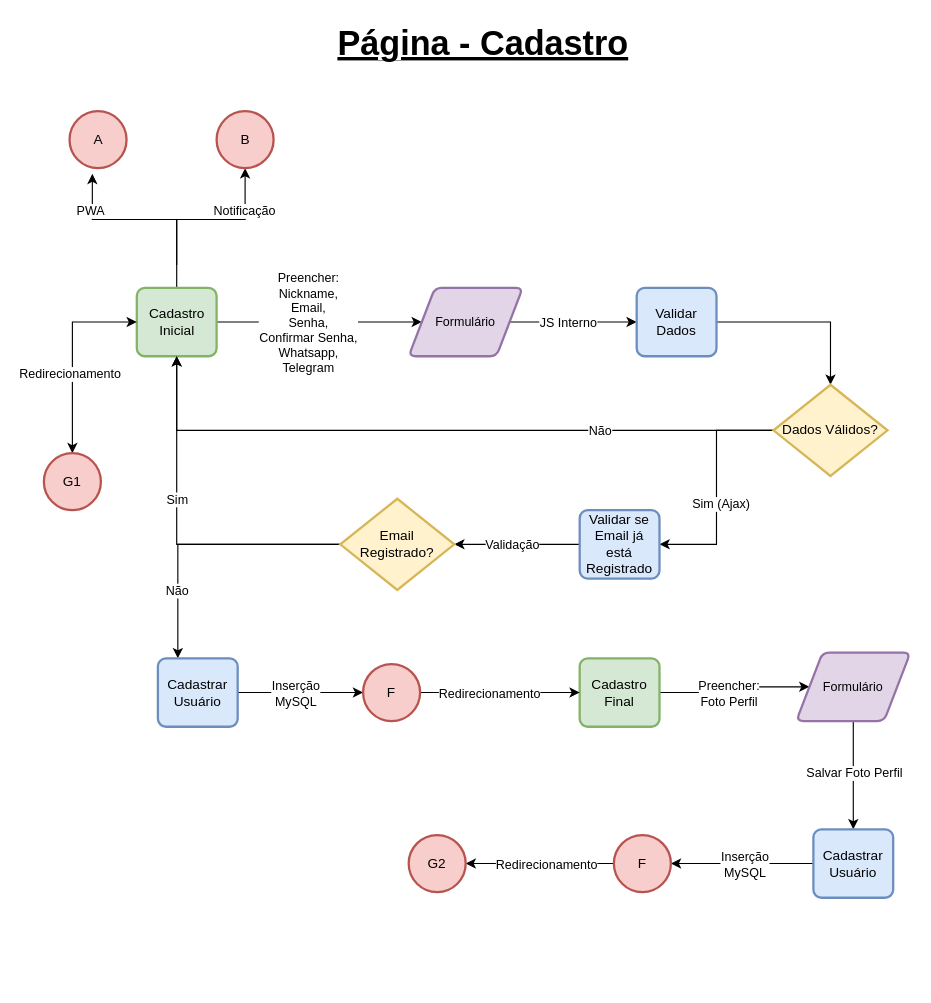
Earlier version of the draw.io diagram page "Flow - Cadastro" (4 of 12) of tcc-flow.drawio (CSFelix/UML). Source tidied: cells renumbered, new cells numbered last; positions are measured from the earlier drawing's top-left corner, leaving out a move shared by most shapes. Both pictures are drawn from the tidied source at 114%, with x=0, y=0 at pixel (43, 19).
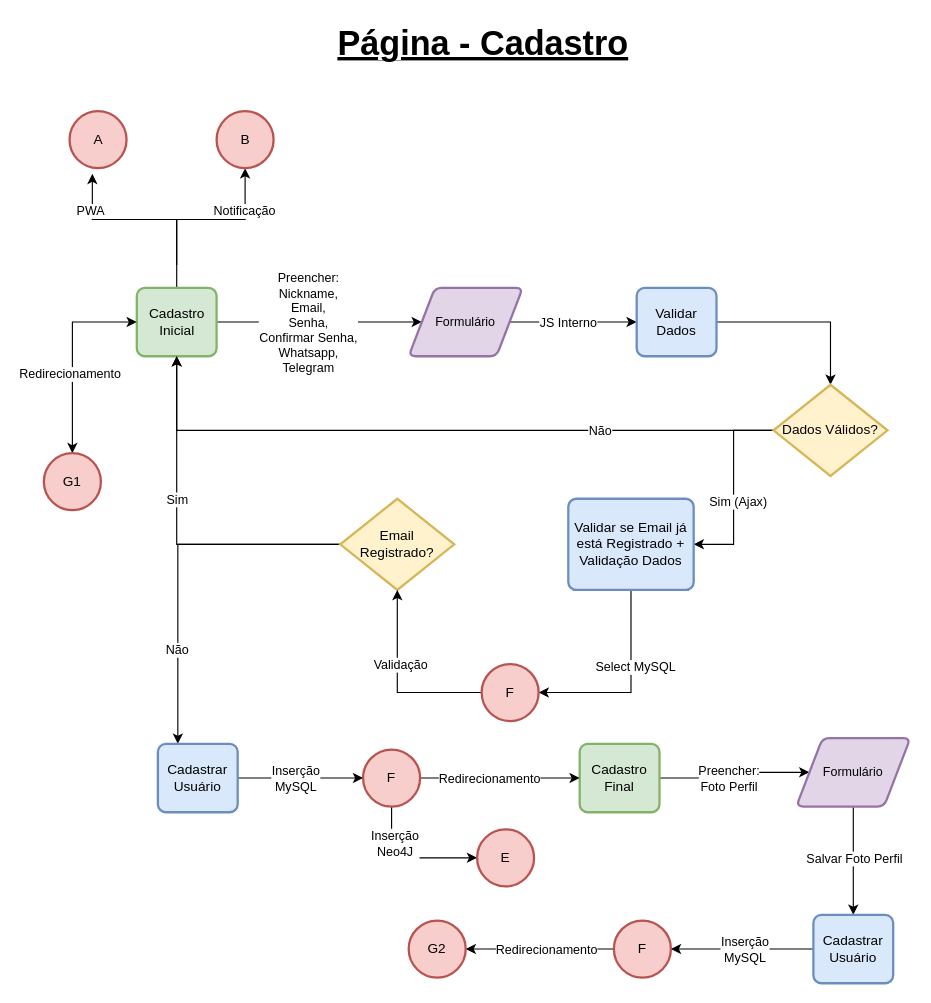
The same diagram, later.

Unchanged cells that the change refers to:
```xml
<mxCell id="32" value="Email Registrado?" style="strokeWidth=2;html=1;shape=mxgraph.flowchart.decision;whiteSpace=wrap;fillColor=#fff2cc;strokeColor=#d6b656;" parent="1" vertex="1">
  <mxGeometry x="260" y="420" width="100" height="80" as="geometry" />
</mxCell>
```

What changed in the source:
```diff
@@
-    <mxCell id="25" style="edgeStyle=orthogonalEdgeStyle;rounded=0;jettySize=auto;html=1;startArrow=none;startFill=0;fontSize=11;" parent="1" edge="1" source="27" target="32">
-      <mxGeometry relative="1" as="geometry" />
-    </mxCell>
-    <mxCell id="26" value="Validação" style="edgeLabel;html=1;align=center;verticalAlign=middle;fontSize=11;" parent="25" vertex="1">
-      <mxGeometry x="0.25" y="-4" relative="1" as="geometry">
-        <mxPoint x="9" y="4" as="offset" />
-      </mxGeometry>
-    </mxCell>
+    <mxCell id="52" style="edgeStyle=orthogonalEdgeStyle;rounded=0;jettySize=auto;html=1;entryX=1;entryY=0.5;entryDx=0;entryDy=0;entryPerimeter=0;startArrow=none;startFill=0;endArrow=classic;endFill=1;exitX=0.5;exitY=1;exitDx=0;exitDy=0;" parent="1" edge="1" source="27" target="57">
+      <mxGeometry relative="1" as="geometry" />
+    </mxCell>
+    <mxCell id="53" value="Select MySQL" style="edgeLabel;html=1;align=center;verticalAlign=middle;" parent="52" vertex="1">
+      <mxGeometry x="-0.22" y="3" relative="1" as="geometry" />
+    </mxCell>
-    <mxCell id="27" value="Validar se Email já está Registrado" style="rounded=1;whiteSpace=wrap;html=1;absoluteArcSize=1;arcSize=14;strokeWidth=2;fillColor=#dae8fc;strokeColor=#6c8ebf;" parent="1" vertex="1">
-      <mxGeometry x="470" y="430" width="70" height="60" as="geometry" />
+    <mxCell id="27" value="Validar se Email já está Registrado + Validação Dados" style="rounded=1;whiteSpace=wrap;html=1;absoluteArcSize=1;arcSize=14;strokeWidth=2;fillColor=#dae8fc;strokeColor=#6c8ebf;" parent="1" vertex="1">
+      <mxGeometry x="460" y="420" width="110" height="80" as="geometry" />
     </mxCell>
@@
     <mxCell id="35" value="Cadastrar Usuário" style="rounded=1;whiteSpace=wrap;html=1;absoluteArcSize=1;arcSize=14;strokeWidth=2;fillColor=#dae8fc;strokeColor=#6c8ebf;" parent="1" vertex="1">
-      <mxGeometry x="100" y="560" width="70" height="60" as="geometry" />
+      <mxGeometry x="100" y="635" width="70" height="60" as="geometry" />
     </mxCell>
@@
     <mxCell id="38" value="Cadastro Final" style="rounded=1;whiteSpace=wrap;html=1;absoluteArcSize=1;arcSize=14;strokeWidth=2;fillColor=#d5e8d4;strokeColor=#82b366;" parent="1" vertex="1">
-      <mxGeometry x="470" y="560" width="70" height="60" as="geometry" />
+      <mxGeometry x="470" y="635" width="70" height="60" as="geometry" />
     </mxCell>
@@
+    <mxCell id="54" style="edgeStyle=orthogonalEdgeStyle;rounded=0;jettySize=auto;html=1;entryX=0;entryY=0.5;entryDx=0;entryDy=0;entryPerimeter=0;startArrow=none;startFill=0;endArrow=classic;endFill=1;exitX=0.5;exitY=1;exitDx=0;exitDy=0;exitPerimeter=0;" parent="1" edge="1" source="41" target="58">
+      <mxGeometry relative="1" as="geometry" />
+    </mxCell>
+    <mxCell id="55" value="Inserção&lt;br&gt;Neo4J" style="edgeLabel;html=1;align=center;verticalAlign=middle;" parent="54" vertex="1">
+      <mxGeometry x="-0.46" y="2" relative="1" as="geometry" />
+    </mxCell>
     <mxCell id="41" value="F" style="strokeWidth=2;html=1;shape=mxgraph.flowchart.start_2;whiteSpace=wrap;fillColor=#f8cecc;strokeColor=#b85450;" parent="1" vertex="1">
-      <mxGeometry x="280" y="565" width="50" height="50" as="geometry" />
+      <mxGeometry x="280" y="640" width="50" height="50" as="geometry" />
     </mxCell>
@@
     <mxCell id="44" value="Formulário" style="shape=parallelogram;html=1;strokeWidth=2;perimeter=parallelogramPerimeter;whiteSpace=wrap;rounded=1;arcSize=12;size=0.23;shadow=0;glass=0;sketch=0;fillColor=#e1d5e7;fontSize=11;strokeColor=#9673a6;" parent="1" vertex="1">
-      <mxGeometry x="660" y="555" width="100" height="60" as="geometry" />
+      <mxGeometry x="660" y="630" width="100" height="60" as="geometry" />
     </mxCell>
@@
     <mxCell id="47" value="Cadastrar Usuário" style="rounded=1;whiteSpace=wrap;html=1;absoluteArcSize=1;arcSize=14;strokeWidth=2;fillColor=#dae8fc;strokeColor=#6c8ebf;" parent="1" vertex="1">
-      <mxGeometry x="675" y="710" width="70" height="60" as="geometry" />
+      <mxGeometry x="675" y="785" width="70" height="60" as="geometry" />
     </mxCell>
     <mxCell id="48" style="edgeStyle=orthogonalEdgeStyle;rounded=0;jettySize=auto;html=1;entryX=1;entryY=0.5;entryDx=0;entryDy=0;entryPerimeter=0;startArrow=none;startFill=0;fontSize=11;" parent="1" edge="1" source="50" target="51">
       <mxGeometry relative="1" as="geometry">
         <Array as="points">
-          <mxPoint x="410" y="740" />
-          <mxPoint x="410" y="740" />
+          <mxPoint x="410" y="815" />
+          <mxPoint x="410" y="815" />
         </Array>
       </mxGeometry>
     </mxCell>
@@
     <mxCell id="50" value="F" style="strokeWidth=2;html=1;shape=mxgraph.flowchart.start_2;whiteSpace=wrap;fillColor=#f8cecc;strokeColor=#b85450;" parent="1" vertex="1">
-      <mxGeometry x="500" y="715" width="50" height="50" as="geometry" />
+      <mxGeometry x="500" y="790" width="50" height="50" as="geometry" />
     </mxCell>
     <mxCell id="51" value="G2" style="strokeWidth=2;html=1;shape=mxgraph.flowchart.start_2;whiteSpace=wrap;fillColor=#f8cecc;strokeColor=#b85450;" parent="1" vertex="1">
-      <mxGeometry x="320" y="715" width="50" height="50" as="geometry" />
+      <mxGeometry x="320" y="790" width="50" height="50" as="geometry" />
     </mxCell>
+    <mxCell id="56" style="edgeStyle=orthogonalEdgeStyle;rounded=0;jettySize=auto;html=1;entryX=0.5;entryY=1;entryDx=0;entryDy=0;entryPerimeter=0;startArrow=none;startFill=0;endArrow=classic;endFill=1;" parent="1" edge="1" source="57" target="32">
+      <mxGeometry relative="1" as="geometry" />
+    </mxCell>
+    <mxCell id="26" value="Validação" style="edgeLabel;html=1;align=center;verticalAlign=middle;" parent="56" vertex="1">
+      <mxGeometry x="0.21" y="-2" relative="1" as="geometry" />
+    </mxCell>
+    <mxCell id="57" value="F" style="strokeWidth=2;html=1;shape=mxgraph.flowchart.start_2;whiteSpace=wrap;fillColor=#f8cecc;strokeColor=#b85450;" parent="1" vertex="1">
+      <mxGeometry x="384" y="565" width="50" height="50" as="geometry" />
+    </mxCell>
+    <mxCell id="58" value="E" style="strokeWidth=2;html=1;shape=mxgraph.flowchart.start_2;whiteSpace=wrap;fillColor=#f8cecc;strokeColor=#b85450;" parent="1" vertex="1">
+      <mxGeometry x="380" y="710" width="50" height="50" as="geometry" />
+    </mxCell>
```
